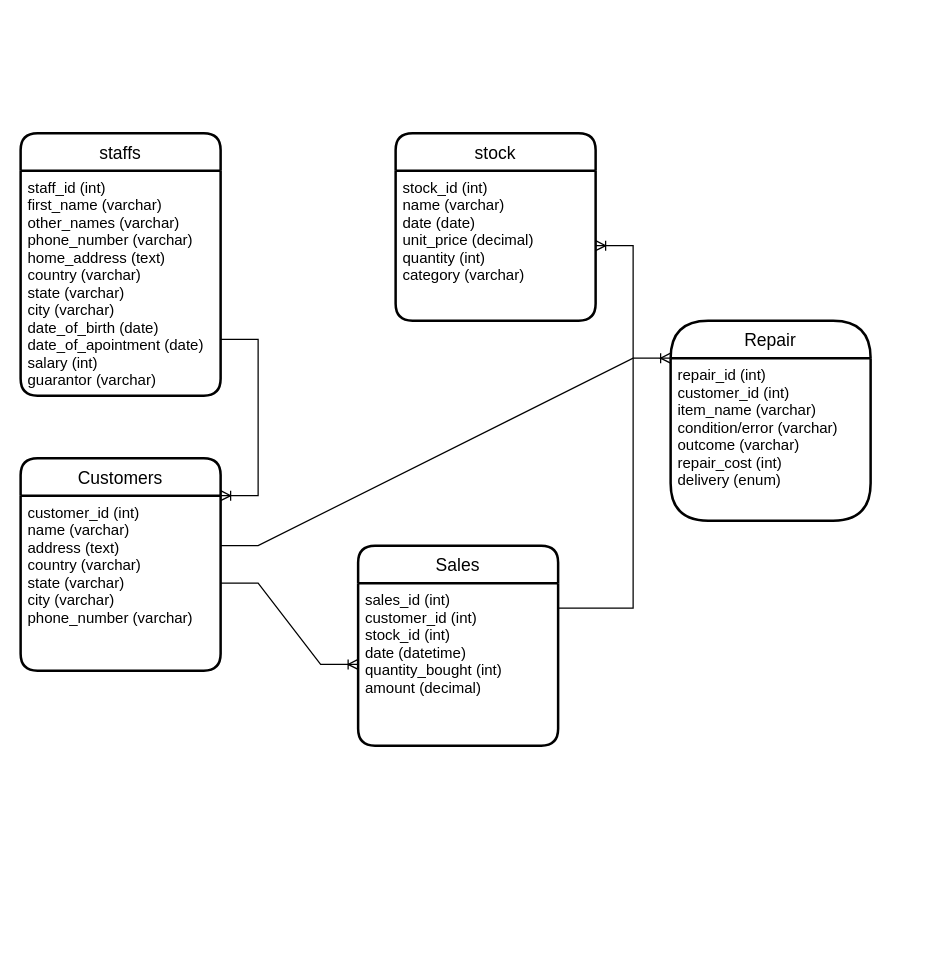
This is frima_store.drawio from musa0491/DataBase-MySQL, a draw.io file, before an edit. Source tidied: cells renumbered, new cells numbered last; positions are measured from the earlier drawing's top-left corner, leaving out a move shared by most shapes. Both pictures are drawn from the tidied source at 125%, with x=0, y=0 at pixel (20, 132).
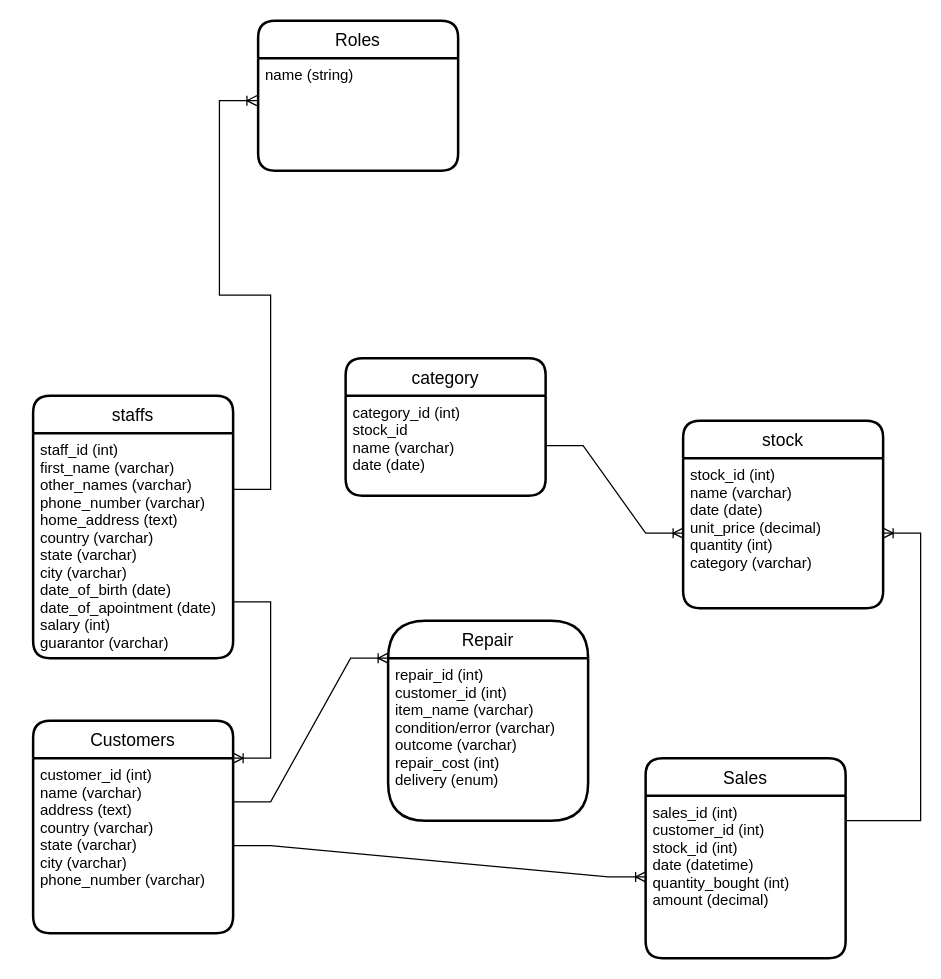
Above is the later version.

Unchanged cells that the change refers to:
```xml
<mxCell id="3" value="staff_id (int)&#10;first_name (varchar)&#10;other_names (varchar)&#10;phone_number (varchar)&#10;home_address (text)&#10;country (varchar)&#10;state (varchar)&#10;city (varchar)&#10;date_of_birth (date)&#10;date_of_apointment (date)&#10;salary (int)&#10;guarantor (varchar)" style="align=left;strokeColor=none;fillColor=none;spacingLeft=4;fontSize=12;verticalAlign=top;" parent="2" vertex="1">
  <mxGeometry y="30" width="160" height="180" as="geometry" />
</mxCell>
<mxCell id="6" value="stock_id (int)&#10;name (varchar)&#10;date (date)&#10;unit_price (decimal)&#10;quantity (int)&#10;category (varchar)" style="align=left;strokeColor=none;fillColor=none;spacingLeft=4;fontSize=12;verticalAlign=top;" parent="5" vertex="1">
  <mxGeometry y="30" width="160" height="120" as="geometry" />
</mxCell>
<mxCell id="8" value="sales_id (int)&#10;customer_id (int)&#10;stock_id (int)&#10;date (datetime)&#10;quantity_bought (int)&#10;amount (decimal)" style="align=left;strokeColor=none;fillColor=none;spacingLeft=4;fontSize=12;verticalAlign=top;" parent="7" vertex="1">
  <mxGeometry y="30" width="160" height="130" as="geometry" />
</mxCell>
<mxCell id="10" value="customer_id (int)&#10;name (varchar)&#10;address (text)&#10;country (varchar)&#10;state (varchar)&#10;city (varchar)&#10;phone_number (varchar)&#10;" style="align=left;strokeColor=none;fillColor=none;spacingLeft=4;fontSize=12;verticalAlign=top;" parent="9" vertex="1">
  <mxGeometry y="30" width="160" height="140" as="geometry" />
</mxCell>
<mxCell id="12" value="repair_id (int)&#10;customer_id (int)&#10;item_name (varchar)&#10;condition/error (varchar)&#10;outcome (varchar)&#10;repair_cost (int)&#10;delivery (enum)&#10;" style="align=left;strokeColor=none;fillColor=none;spacingLeft=4;fontSize=12;verticalAlign=top;" parent="11" vertex="1">
  <mxGeometry y="30" width="160" height="100" as="geometry" />
</mxCell>
```

Change to the diagram source:
```diff
@@
     <mxCell id="2" value="staffs" style="swimlane;horizontal=1;startSize=30;rounded=1;fontSize=14;fontStyle=0;strokeWidth=2;shadow=0;dashed=0;align=center;" parent="1" vertex="1">
-      <mxGeometry width="160" height="210" as="geometry" />
+      <mxGeometry x="10" y="210" width="160" height="210" as="geometry" />
     </mxCell>
@@
     <mxCell id="5" value="stock" style="swimlane;horizontal=1;startSize=30;rounded=1;fontSize=14;fontStyle=0;strokeWidth=2;shadow=0;dashed=0;align=center;" parent="1" vertex="1">
-      <mxGeometry x="300" width="160" height="150" as="geometry" />
+      <mxGeometry x="530" y="230" width="160" height="150" as="geometry" />
     </mxCell>
@@
     <mxCell id="7" value="Sales" style="swimlane;horizontal=1;startSize=30;rounded=1;fontSize=14;fontStyle=0;strokeWidth=2;shadow=0;dashed=0;align=center;" parent="1" vertex="1">
-      <mxGeometry x="270" y="330" width="160" height="160" as="geometry" />
+      <mxGeometry x="500" y="500" width="160" height="160" as="geometry" />
     </mxCell>
@@
     <mxCell id="9" value="Customers" style="swimlane;horizontal=1;startSize=30;rounded=1;fontSize=14;fontStyle=0;strokeWidth=2;shadow=0;dashed=0;align=center;" parent="1" vertex="1">
-      <mxGeometry y="260" width="160" height="170" as="geometry" />
+      <mxGeometry x="10" y="470" width="160" height="170" as="geometry" />
     </mxCell>
@@
     <mxCell id="11" value="Repair" style="swimlane;horizontal=1;startSize=30;rounded=1;fontSize=14;fontStyle=0;strokeWidth=2;shadow=0;dashed=0;align=center;arcSize=50;" parent="1" vertex="1">
-      <mxGeometry x="520" y="150" width="160" height="160" as="geometry" />
+      <mxGeometry x="294" y="390" width="160" height="160" as="geometry" />
     </mxCell>
@@
-    <mxCell id="15" style="edgeStyle=entityRelationEdgeStyle;fontSize=12;html=1;endArrow=ERoneToMany;rounded=0;" parent="1" edge="1" target="6">
-      <mxGeometry relative="1" as="geometry">
-        <mxPoint x="430" y="380" as="sourcePoint" />
-      </mxGeometry>
+    <mxCell id="15" style="edgeStyle=entityRelationEdgeStyle;fontSize=12;html=1;endArrow=ERoneToMany;rounded=0;exitX=1;exitY=0.154;exitDx=0;exitDy=0;exitPerimeter=0;" parent="1" edge="1" source="8" target="6">
+      <mxGeometry relative="1" as="geometry" />
     </mxCell>
@@
-    <mxCell id="17" style="edgeStyle=entityRelationEdgeStyle;fontSize=12;html=1;endArrow=ERoneToMany;rounded=0;entryX=0;entryY=0;entryDx=0;entryDy=0;" parent="1" edge="1" target="12">
-      <mxGeometry relative="1" as="geometry">
-        <mxPoint x="160" y="330" as="sourcePoint" />
-      </mxGeometry>
+    <mxCell id="17" style="edgeStyle=entityRelationEdgeStyle;fontSize=12;html=1;endArrow=ERoneToMany;rounded=0;entryX=0;entryY=0;entryDx=0;entryDy=0;exitX=1;exitY=0.25;exitDx=0;exitDy=0;" parent="1" edge="1" source="10" target="12">
+      <mxGeometry relative="1" as="geometry" />
     </mxCell>
+    <mxCell id="18" value="category" style="swimlane;horizontal=1;startSize=30;rounded=1;fontSize=14;fontStyle=0;strokeWidth=2;shadow=0;dashed=0;align=center;" parent="1" vertex="1">
+      <mxGeometry x="260" y="180" width="160" height="110" as="geometry" />
+    </mxCell>
+    <mxCell id="19" value="category_id (int)&#10;stock_id&#10;name (varchar)&#10;date (date)" style="align=left;strokeColor=none;fillColor=none;spacingLeft=4;fontSize=12;verticalAlign=top;" parent="18" vertex="1">
+      <mxGeometry y="30" width="160" height="80" as="geometry" />
+    </mxCell>
+    <mxCell id="20" style="edgeStyle=entityRelationEdgeStyle;fontSize=12;html=1;endArrow=ERoneToMany;rounded=0;" parent="1" edge="1" source="19" target="6">
+      <mxGeometry relative="1" as="geometry" />
+    </mxCell>
+    <mxCell id="21" value="Roles" style="swimlane;horizontal=1;startSize=30;rounded=1;fontSize=14;fontStyle=0;strokeWidth=2;shadow=0;dashed=0;align=center;" parent="1" vertex="1">
+      <mxGeometry x="190" y="-90" width="160" height="120" as="geometry" />
+    </mxCell>
+    <mxCell id="22" value="name (string)" style="align=left;strokeColor=none;fillColor=none;spacingLeft=4;fontSize=12;verticalAlign=top;" parent="21" vertex="1">
+      <mxGeometry y="30" width="160" height="90" as="geometry" />
+    </mxCell>
+    <mxCell id="23" style="edgeStyle=entityRelationEdgeStyle;fontSize=12;html=1;endArrow=ERoneToMany;rounded=0;exitX=1;exitY=0.25;exitDx=0;exitDy=0;entryX=-0.006;entryY=0.378;entryDx=0;entryDy=0;entryPerimeter=0;" parent="1" edge="1" source="3" target="22">
+      <mxGeometry relative="1" as="geometry" />
+    </mxCell>
```
